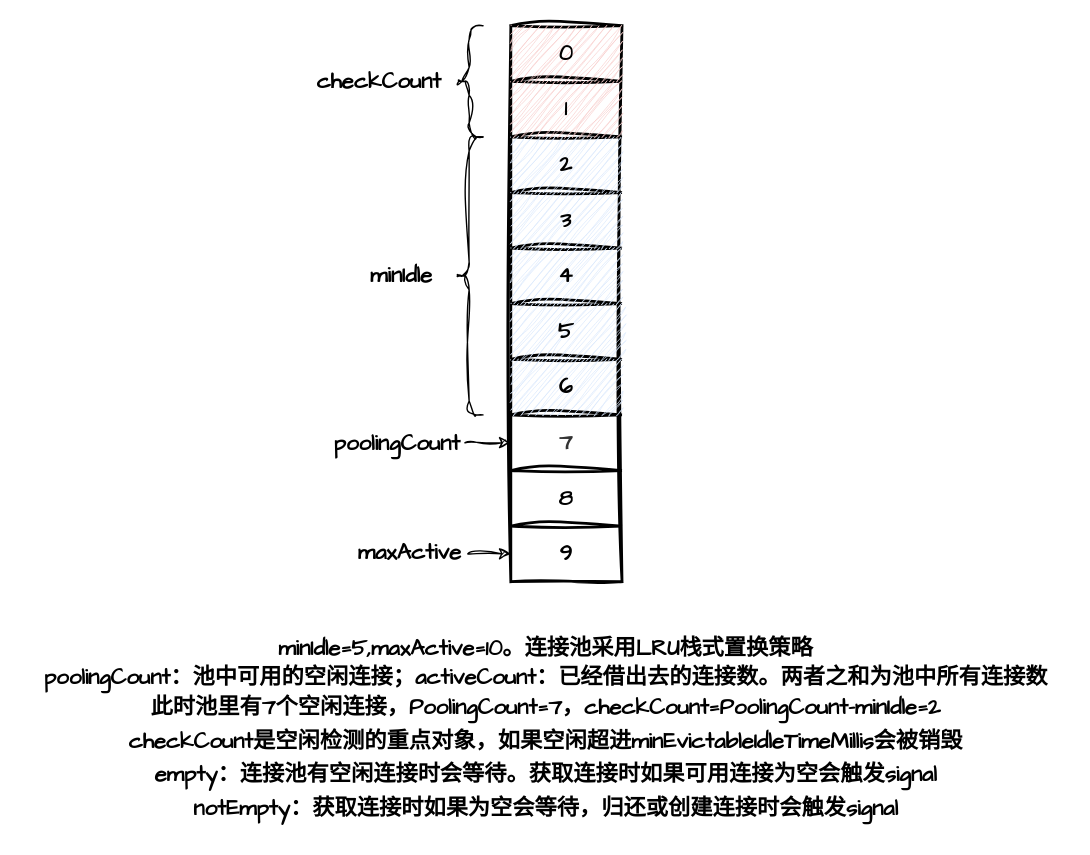
Earlier version of the draw.io diagram personal/duyunjie/连接池.drawio (zhuanzhuan-tech/arch-draw-io). Source tidied: cells renumbered, new cells numbered last; positions are measured from the earlier drawing's top-left corner, leaving out a move shared by most shapes. Both pictures are drawn from the tidied source at 139%, with x=0, y=0 at pixel (24, 25).
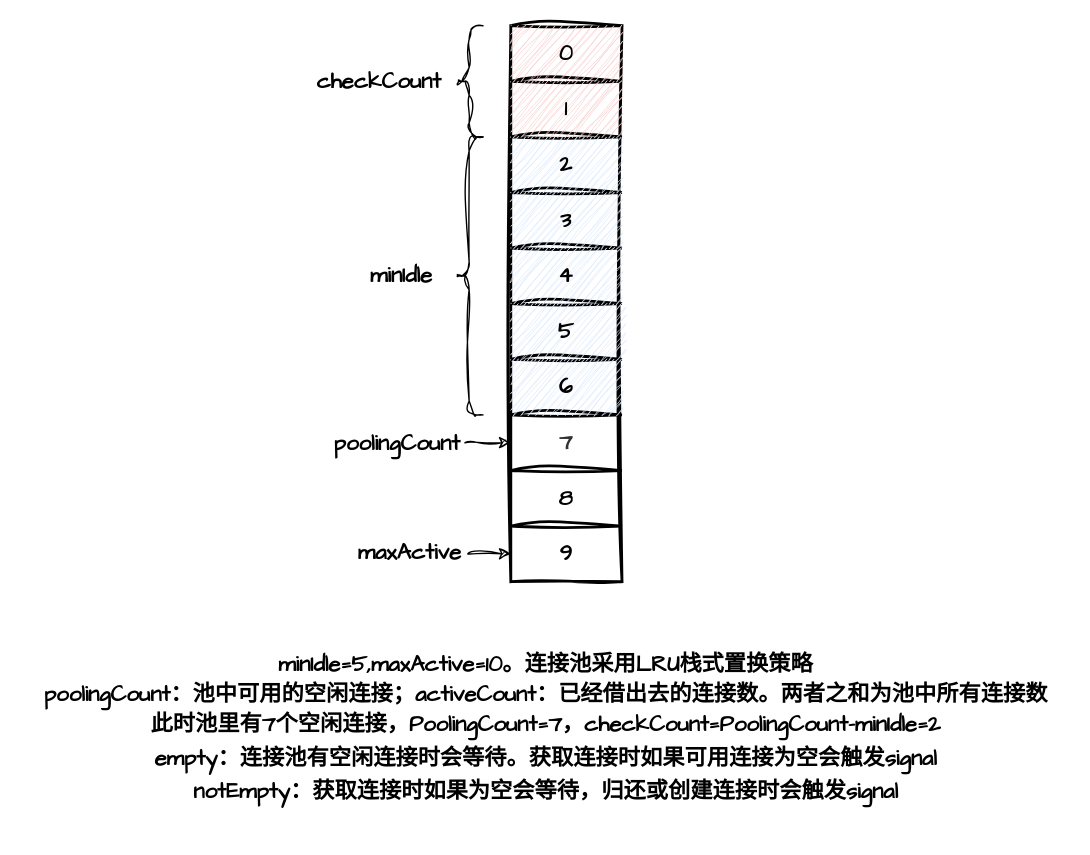
Above is the later version.

Commit message:
更新连接池.drawio

Change to the diagram source:
```diff
@@
-    <mxCell id="31" value="&lt;b style=&quot;line-height: 150%;&quot;&gt;&lt;font style=&quot;font-size: 16px; line-height: 150%;&quot;&gt;minIdle=5,maxActive=10。连接池采用LRU栈式置换策略&lt;/font&gt;&lt;/b&gt;&lt;div&gt;&lt;span style=&quot;font-size: 16px;&quot;&gt;&lt;b&gt;poolingCount：池中可用的空闲连接；&lt;/b&gt;&lt;/span&gt;&lt;b style=&quot;background-color: initial; font-size: 16px;&quot;&gt;activeCount：已经借出去的连接数。两者之和为池中所有连接数&lt;/b&gt;&lt;div&gt;&lt;div style=&quot;line-height: 150%;&quot;&gt;&lt;span style=&quot;font-size: 16px; line-height: 150%;&quot;&gt;&lt;b&gt;此时池里有7个空闲连接，PoolingCount=7，checkCount=PoolingCount-minIdle=2&lt;/b&gt;&lt;/span&gt;&lt;/div&gt;&lt;div style=&quot;line-height: 150%;&quot;&gt;&lt;span style=&quot;font-size: 16px; line-height: 150%;&quot;&gt;&lt;b&gt;checkCount是空闲检测的重点对象，如果空闲超进&lt;/b&gt;&lt;/span&gt;&lt;span style=&quot;background-color: initial; font-size: 16px; line-height: 150%;&quot;&gt;&lt;b&gt;minEvictableIdleTimeMillis会被销毁&lt;/b&gt;&lt;/span&gt;&lt;/div&gt;&lt;div style=&quot;line-height: 150%;&quot;&gt;&lt;span style=&quot;background-color: initial; font-size: 16px; line-height: 150%;&quot;&gt;&lt;b&gt;empty：&lt;/b&gt;&lt;/span&gt;&lt;b style=&quot;background-color: initial; font-size: 16px;&quot;&gt;连接池有空闲连接时会等待。&lt;/b&gt;&lt;b style=&quot;background-color: initial; font-size: 16px;&quot;&gt;获取连接时如果可用连接为空会触发signal&lt;/b&gt;&lt;/div&gt;&lt;div style=&quot;line-height: 150%;&quot;&gt;&lt;span style=&quot;background-color: initial; font-size: 16px; line-height: 150%;&quot;&gt;&lt;b&gt;notEmpty：获取连接时如果为空会等待，归还或创建连接时会触发signal&lt;/b&gt;&lt;/span&gt;&lt;/div&gt;&lt;/div&gt;&lt;/div&gt;" style="text;html=1;align=center;verticalAlign=middle;strokeColor=none;fillColor=none;fontFamily=Architects Daughter;" parent="1" vertex="1">
-      <mxGeometry y="430" width="750" height="150" as="geometry" />
+    <mxCell id="31" value="&lt;b style=&quot;line-height: 150%;&quot;&gt;&lt;font style=&quot;font-size: 16px; line-height: 150%;&quot;&gt;minIdle=5,maxActive=10。连接池采用LRU栈式置换策略&lt;/font&gt;&lt;/b&gt;&lt;div&gt;&lt;span style=&quot;font-size: 16px;&quot;&gt;&lt;b&gt;poolingCount：池中可用的空闲连接；&lt;/b&gt;&lt;/span&gt;&lt;b style=&quot;background-color: initial; font-size: 16px;&quot;&gt;activeCount：已经借出去的连接数。两者之和为池中所有连接数&lt;/b&gt;&lt;div&gt;&lt;div style=&quot;line-height: 150%;&quot;&gt;&lt;span style=&quot;font-size: 16px; line-height: 150%;&quot;&gt;&lt;b&gt;此时池里有7个空闲连接，PoolingCount=7，checkCount=PoolingCount-minIdle=2&lt;/b&gt;&lt;/span&gt;&lt;/div&gt;&lt;div style=&quot;line-height: 150%;&quot;&gt;&lt;span style=&quot;background-color: initial; font-size: 16px; line-height: 150%;&quot;&gt;&lt;b&gt;empty：&lt;/b&gt;&lt;/span&gt;&lt;b style=&quot;background-color: initial; font-size: 16px;&quot;&gt;连接池有空闲连接时会等待。&lt;/b&gt;&lt;b style=&quot;background-color: initial; font-size: 16px;&quot;&gt;获取连接时如果可用连接为空会触发signal&lt;/b&gt;&lt;/div&gt;&lt;div style=&quot;line-height: 150%;&quot;&gt;&lt;span style=&quot;background-color: initial; font-size: 16px; line-height: 150%;&quot;&gt;&lt;b&gt;notEmpty：获取连接时如果为空会等待，归还或创建连接时会触发signal&lt;/b&gt;&lt;/span&gt;&lt;/div&gt;&lt;/div&gt;&lt;/div&gt;" style="text;html=1;align=center;verticalAlign=middle;strokeColor=none;fillColor=none;fontFamily=Architects Daughter;" parent="1" vertex="1">
+      <mxGeometry y="440" width="750" height="130" as="geometry" />
     </mxCell>
```
